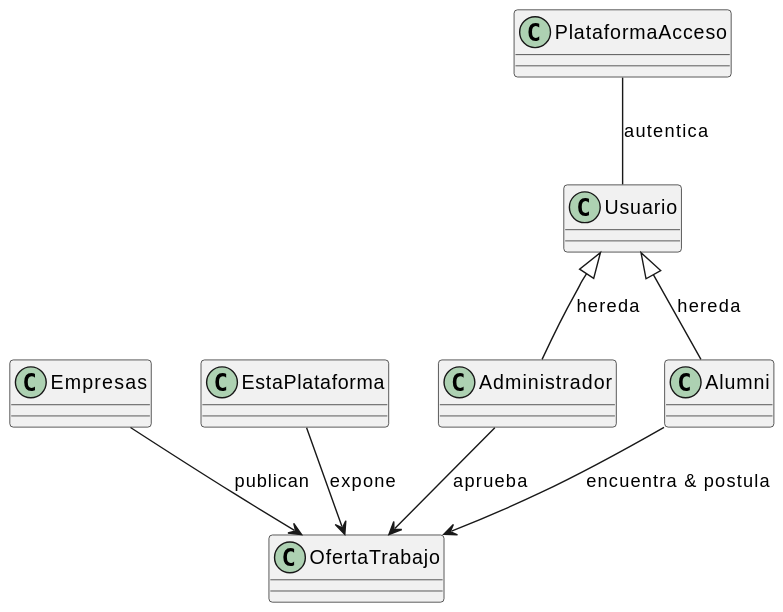
This is modelosUML/ModeloDominio/svg/diagramaClases.svg from mmasias/24-25-IdSw1-SDR, a PlantUML export, as it was before one commit.
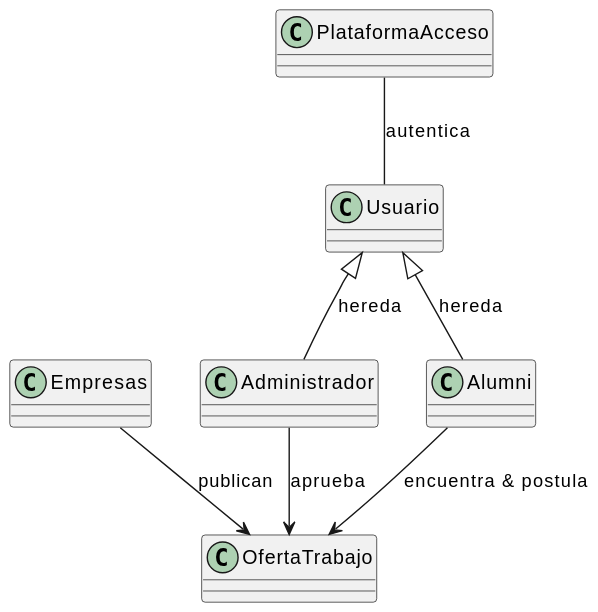
Later version of the same file.

Commit message:
actualizacion diagramaClases y svg

What changed in the source:
```diff
@@ -23,5 +23,4 @@
 Empresas --> OfertaTrabajo : publican
 Administrador --> OfertaTrabajo : aprueba
 Alumni --> OfertaTrabajo : encuentra & postula
-EstaPlataforma --> OfertaTrabajo : expone
 @enduml
```
